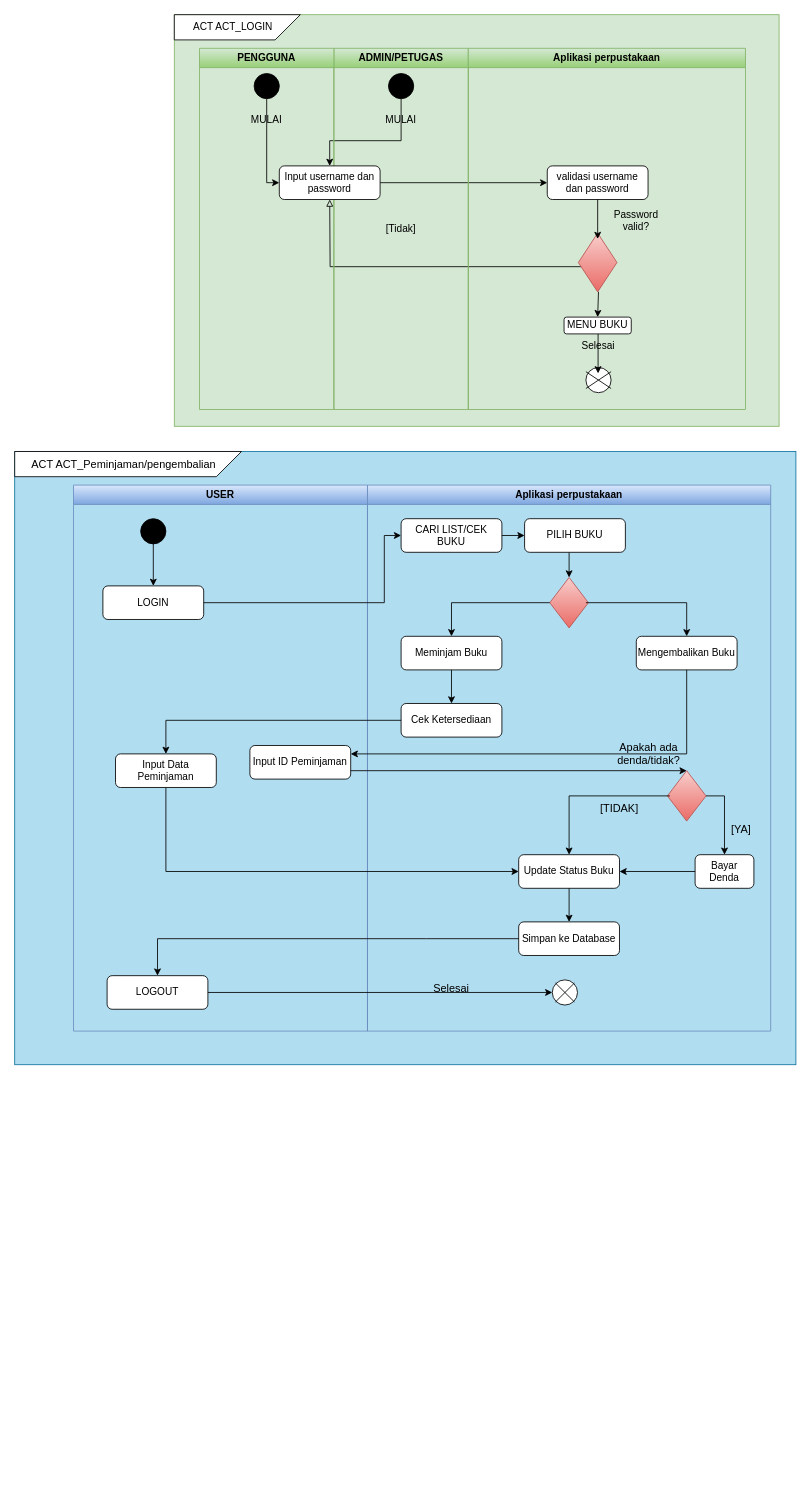
Before: page "activity" (2 of 4) of Untitled Diagram.drawio in htmledan/Shell-script-gugugaga, a draw.io diagram. Source tidied: cells renumbered, new cells numbered last; positions are measured from the earlier drawing's top-left corner, leaving out a move shared by most shapes. Both pictures are drawn from the tidied source at 84%, with x=0, y=0 at pixel (14, 14).
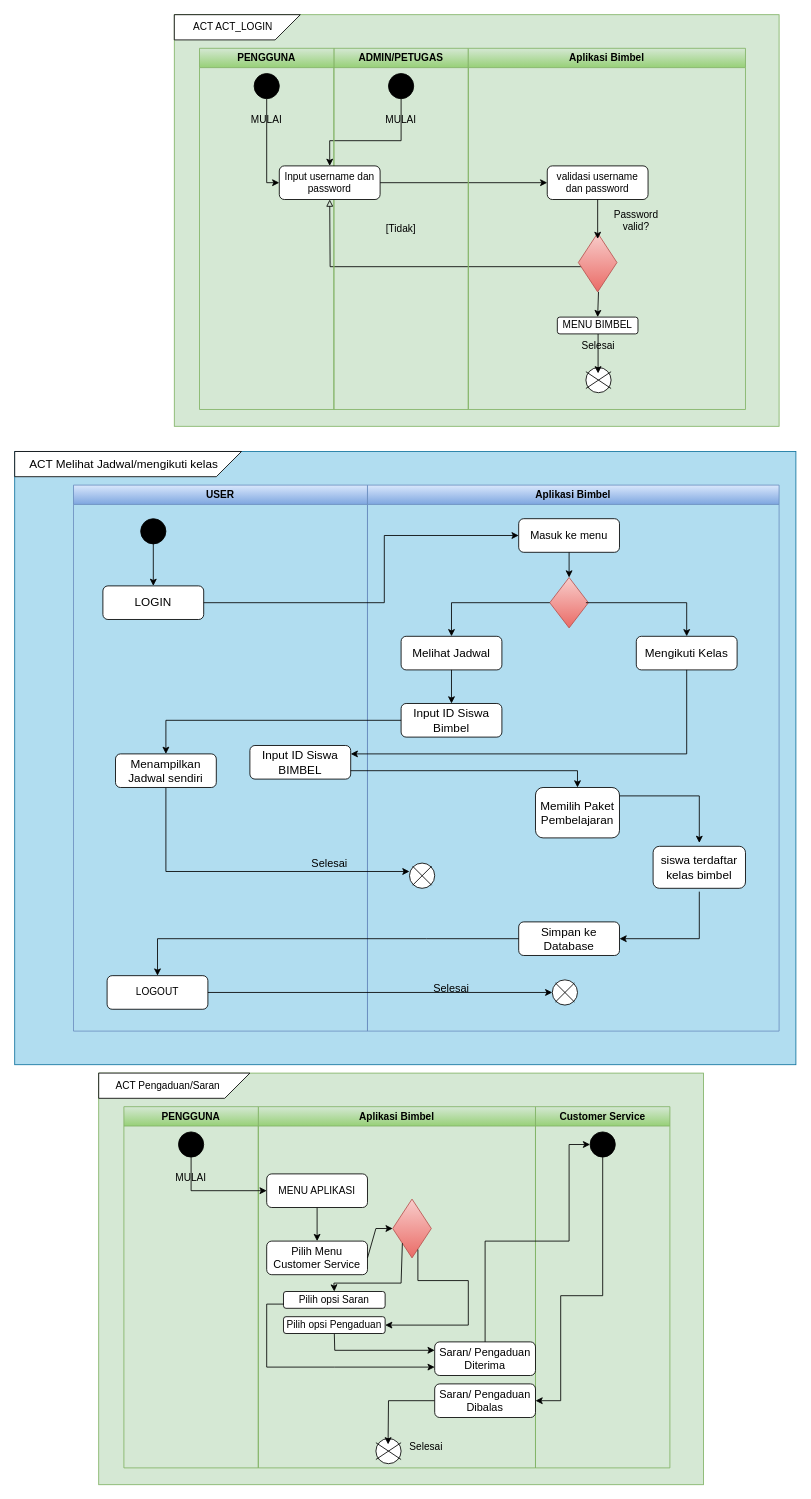
The same page after the edit.

The change refers to these unchanged cells:
```xml
<mxCell id="32" value="USER" style="swimlane;whiteSpace=wrap;html=1;fillColor=#dae8fc;gradientColor=#7ea6e0;strokeColor=#6c8ebf;" parent="1" vertex="1">
  <mxGeometry x="70" y="560" width="350" height="650" as="geometry" />
</mxCell>
```

What changed in the source:
```diff
@@
-    <mxCell id="13" value="Aplikasi perpustakaan" style="swimlane;whiteSpace=wrap;html=1;fillColor=#d5e8d4;gradientColor=#97d077;strokeColor=#82b366;" parent="1" vertex="1">
+    <mxCell id="13" value="Aplikasi Bimbel" style="swimlane;whiteSpace=wrap;html=1;fillColor=#d5e8d4;gradientColor=#97d077;strokeColor=#82b366;" parent="1" vertex="1">
       <mxGeometry x="540" y="40" width="330" height="430" as="geometry" />
     </mxCell>
@@
-    <mxCell id="21" value="MENU BUKU" style="rounded=1;whiteSpace=wrap;html=1;fontSize=12;glass=0;strokeWidth=1;shadow=0;" parent="1" vertex="1">
-      <mxGeometry x="654" y="360" width="80" height="20" as="geometry" />
+    <mxCell id="21" value="MENU BIMBEL" style="rounded=1;whiteSpace=wrap;html=1;fontSize=12;glass=0;strokeWidth=1;shadow=0;" parent="1" vertex="1">
+      <mxGeometry x="646" y="360" width="96" height="20" as="geometry" />
     </mxCell>
@@
-    <mxCell id="35" value="LOGIN" style="rounded=1;whiteSpace=wrap;html=1;fontSize=12;glass=0;strokeWidth=1;shadow=0;" parent="32" vertex="1">
+    <mxCell id="35" value="LOGIN" style="rounded=1;whiteSpace=wrap;html=1;fontSize=14;glass=0;strokeWidth=1;shadow=0;" parent="32" vertex="1">
       <mxGeometry x="35" y="120" width="120" height="40" as="geometry" />
     </mxCell>
@@
-    <mxCell id="37" value="Input ID Peminjaman" style="rounded=1;whiteSpace=wrap;html=1;fontSize=12;glass=0;strokeWidth=1;shadow=0;" parent="32" vertex="1">
+    <mxCell id="37" value="Input ID Siswa BIMBEL" style="rounded=1;whiteSpace=wrap;html=1;fontSize=14;glass=0;strokeWidth=1;shadow=0;" parent="32" vertex="1">
       <mxGeometry x="210" y="310" width="120" height="40" as="geometry" />
     </mxCell>
+    <mxCell id="76" value="Selesai" style="text;html=1;align=center;verticalAlign=middle;whiteSpace=wrap;rounded=0;fontSize=13;" parent="32" vertex="1">
+      <mxGeometry x="280" y="440" width="50" height="20" as="geometry" />
+    </mxCell>
-    <mxCell id="38" value="ACT ACT_Peminjaman/pengembalian" style="text;html=1;align=center;verticalAlign=middle;whiteSpace=wrap;rounded=0;fontSize=13;" parent="1" vertex="1">
+    <mxCell id="38" value="ACT Melihat Jadwal/mengikuti kelas" style="text;html=1;align=center;verticalAlign=middle;whiteSpace=wrap;rounded=0;fontSize=14;" parent="1" vertex="1">
       <mxGeometry x="15" y="520" width="230" height="30" as="geometry" />
     </mxCell>
-    <mxCell id="39" value="Aplikasi perpustakaan" style="swimlane;whiteSpace=wrap;html=1;fillColor=#dae8fc;strokeColor=#6c8ebf;gradientColor=#7ea6e0;" parent="1" vertex="1">
-      <mxGeometry x="420" y="560" width="480" height="650" as="geometry" />
+    <mxCell id="39" value="Aplikasi Bimbel" style="swimlane;whiteSpace=wrap;html=1;fillColor=#dae8fc;strokeColor=#6c8ebf;gradientColor=#7ea6e0;" parent="1" vertex="1">
+      <mxGeometry x="420" y="560" width="490" height="650" as="geometry" />
     </mxCell>
-    <mxCell id="40" value="Mengembalikan Buku" style="rounded=1;whiteSpace=wrap;html=1;fontSize=12;glass=0;strokeWidth=1;shadow=0;" parent="39" vertex="1">
+    <mxCell id="40" value="Mengikuti Kelas" style="rounded=1;whiteSpace=wrap;html=1;fontSize=14;glass=0;strokeWidth=1;shadow=0;" parent="39" vertex="1">
       <mxGeometry x="320" y="180" width="120" height="40" as="geometry" />
     </mxCell>
-    <mxCell id="41" value="Cek Ketersediaan" style="rounded=1;whiteSpace=wrap;html=1;fontSize=12;glass=0;strokeWidth=1;shadow=0;" parent="39" vertex="1">
+    <mxCell id="41" value="Input ID Siswa Bimbel" style="rounded=1;whiteSpace=wrap;html=1;fontSize=14;glass=0;strokeWidth=1;shadow=0;" parent="39" vertex="1">
       <mxGeometry x="40" y="260" width="120" height="40" as="geometry" />
     </mxCell>
-    <mxCell id="42" value="CARI LIST/CEK BUKU" style="rounded=1;whiteSpace=wrap;html=1;fontSize=12;glass=0;strokeWidth=1;shadow=0;" parent="39" vertex="1">
-      <mxGeometry x="40" y="40" width="120" height="40" as="geometry" />
+    <mxCell id="42" value="Masuk ke menu" style="rounded=1;whiteSpace=wrap;html=1;fontSize=13;glass=0;strokeWidth=1;shadow=0;" parent="39" vertex="1">
+      <mxGeometry x="180" y="40" width="120" height="40" as="geometry" />
     </mxCell>
@@
-    <mxCell id="45" style="rhombus;whiteSpace=wrap;html=1;fillColor=#f8cecc;gradientColor=#ea6b66;strokeColor=#b85450;" parent="39" vertex="1">
-      <mxGeometry x="357" y="340" width="46" height="60" as="geometry" />
-    </mxCell>
-    <mxCell id="46" value="Apakah ada denda/tidak?" style="text;html=1;align=center;verticalAlign=middle;whiteSpace=wrap;rounded=0;fontSize=13;" parent="39" vertex="1">
-      <mxGeometry x="290" y="300" width="90" height="40" as="geometry" />
-    </mxCell>
-    <mxCell id="47" value="Bayar Denda" style="rounded=1;whiteSpace=wrap;html=1;fontSize=12;glass=0;strokeWidth=1;shadow=0;" parent="39" vertex="1">
-      <mxGeometry x="390" y="440" width="70" height="40" as="geometry" />
+    <mxCell id="47" value="Memilih Paket Pembelajaran" style="rounded=1;whiteSpace=wrap;html=1;fontSize=14;glass=0;strokeWidth=1;shadow=0;" parent="39" vertex="1">
+      <mxGeometry x="200" y="360" width="100" height="60" as="geometry" />
     </mxCell>
-    <mxCell id="48" style="endArrow=classic;html=1;rounded=0;exitX=1;exitY=0.5;exitDx=0;exitDy=0;" parent="39" edge="1" source="45" target="47">
-      <mxGeometry relative="1" as="geometry">
-        <Array as="points">
-          <mxPoint x="425" y="370" />
-        </Array>
-      </mxGeometry>
-    </mxCell>
-    <mxCell id="49" value="[YA]" style="text;html=1;align=center;verticalAlign=middle;whiteSpace=wrap;rounded=0;fontSize=13;" parent="39" vertex="1">
-      <mxGeometry x="420" y="400" width="50" height="20" as="geometry" />
-    </mxCell>
-    <mxCell id="50" value="[TIDAK]" style="text;html=1;align=center;verticalAlign=middle;whiteSpace=wrap;rounded=0;fontSize=13;" parent="39" vertex="1">
-      <mxGeometry x="270" y="370" width="60" height="30" as="geometry" />
-    </mxCell>
-    <mxCell id="51" style="endArrow=classic;html=1;rounded=0;exitX=0.5;exitY=1;exitDx=0;exitDy=0;entryX=0.5;entryY=0;entryDx=0;entryDy=0;" parent="39" edge="1" source="74">
+    <mxCell id="51" style="endArrow=classic;html=1;rounded=0;exitX=0.5;exitY=1;exitDx=0;exitDy=0;" parent="39" edge="1" source="74">
       <mxGeometry relative="1" as="geometry">
-        <mxPoint x="180" y="460" as="targetPoint" />
+        <mxPoint x="50" y="460" as="targetPoint" />
         <Array as="points">
           <mxPoint x="-240" y="460" />
         </Array>
       </mxGeometry>
     </mxCell>
@@
-    <mxCell id="53" value="Simpan ke Database" style="rounded=1;whiteSpace=wrap;html=1;fontSize=12;glass=0;strokeWidth=1;shadow=0;" parent="39" vertex="1">
+    <mxCell id="53" value="Simpan ke Database" style="rounded=1;whiteSpace=wrap;html=1;fontSize=14;glass=0;strokeWidth=1;shadow=0;" parent="39" vertex="1">
       <mxGeometry x="180" y="520" width="120" height="40" as="geometry" />
     </mxCell>
+    <mxCell id="77" style="endArrow=classic;html=1;rounded=0;entryX=1;entryY=0.5;entryDx=0;entryDy=0;" parent="39" edge="1">
+      <mxGeometry relative="1" as="geometry">
+        <mxPoint x="300" y="370" as="sourcePoint" />
+        <mxPoint x="395" y="426" as="targetPoint" />
+        <Array as="points">
+          <mxPoint x="395" y="370" />
+        </Array>
+      </mxGeometry>
+    </mxCell>
-    <mxCell id="54" value="Meminjam Buku" style="rounded=1;whiteSpace=wrap;html=1;fontSize=12;glass=0;strokeWidth=1;shadow=0;" parent="1" vertex="1">
+    <mxCell id="54" value="Melihat Jadwal" style="rounded=1;whiteSpace=wrap;html=1;fontSize=14;glass=0;strokeWidth=1;shadow=0;" parent="1" vertex="1">
       <mxGeometry x="460" y="740" width="120" height="40" as="geometry" />
     </mxCell>
@@
-    <mxCell id="59" style="endArrow=classic;html=1;rounded=0;exitX=1;exitY=0.75;exitDx=0;exitDy=0;entryX=0.5;entryY=0;entryDx=0;entryDy=0;" parent="1" edge="1" source="37" target="45">
-      <mxGeometry relative="1" as="geometry" />
+    <mxCell id="59" style="endArrow=classic;html=1;rounded=0;exitX=1;exitY=0.75;exitDx=0;exitDy=0;entryX=0.5;entryY=0;entryDx=0;entryDy=0;" parent="1" edge="1" source="37" target="47">
+      <mxGeometry relative="1" as="geometry">
+        <Array as="points">
+          <mxPoint x="670" y="900" />
+        </Array>
+      </mxGeometry>
     </mxCell>
-    <mxCell id="60" value="Update Status Buku" style="rounded=1;whiteSpace=wrap;html=1;fontSize=12;glass=0;strokeWidth=1;shadow=0;" parent="1" vertex="1">
-      <mxGeometry x="600" y="1000" width="120" height="40" as="geometry" />
-    </mxCell>
-    <mxCell id="61" style="endArrow=classic;html=1;rounded=0;exitX=1;exitY=0.5;exitDx=0;exitDy=0;entryX=0.5;entryY=0;entryDx=0;entryDy=0;" parent="1" edge="1" target="60">
-      <mxGeometry relative="1" as="geometry">
-        <mxPoint x="780" y="930" as="sourcePoint" />
-        <Array as="points">
-          <mxPoint x="660" y="930" />
-        </Array>
-      </mxGeometry>
-    </mxCell>
-    <mxCell id="62" style="endArrow=classic;html=1;rounded=0;exitX=0;exitY=0.5;exitDx=0;exitDy=0;entryX=1;entryY=0.5;entryDx=0;entryDy=0;" parent="1" edge="1" source="47" target="60">
-      <mxGeometry relative="1" as="geometry" />
-    </mxCell>
@@
-    <mxCell id="71" value="PILIH BUKU" style="rounded=1;whiteSpace=wrap;html=1;fontSize=12;glass=0;strokeWidth=1;shadow=0;" parent="1" vertex="1">
-      <mxGeometry x="607" y="600" width="120" height="40" as="geometry" />
-    </mxCell>
-    <mxCell id="72" style="endArrow=classic;html=1;rounded=0;exitX=1;exitY=0.5;exitDx=0;exitDy=0;entryX=0;entryY=0.5;entryDx=0;entryDy=0;" parent="1" edge="1" source="42" target="71">
-      <mxGeometry relative="1" as="geometry" />
-    </mxCell>
-    <mxCell id="73" style="endArrow=classic;html=1;rounded=0;exitX=0.5;exitY=1;exitDx=0;exitDy=0;entryX=0.5;entryY=0;entryDx=0;entryDy=0;" parent="1" edge="1" source="60" target="53">
-      <mxGeometry relative="1" as="geometry" />
+    <mxCell id="73" style="endArrow=classic;html=1;rounded=0;entryX=1;entryY=0.5;entryDx=0;entryDy=0;" parent="1" edge="1" target="53">
+      <mxGeometry relative="1" as="geometry">
+        <mxPoint x="815" y="1044" as="sourcePoint" />
+        <Array as="points">
+          <mxPoint x="815" y="1100" />
+        </Array>
+      </mxGeometry>
     </mxCell>
-    <mxCell id="74" value="Input Data Peminjaman" style="rounded=1;whiteSpace=wrap;html=1;fontSize=12;glass=0;strokeWidth=1;shadow=0;" parent="1" vertex="1">
+    <mxCell id="74" value="Menampilkan Jadwal sendiri" style="rounded=1;whiteSpace=wrap;html=1;fontSize=14;glass=0;strokeWidth=1;shadow=0;" parent="1" vertex="1">
       <mxGeometry x="120" y="880" width="120" height="40" as="geometry" />
     </mxCell>
@@
+    <mxCell id="78" style="group;" parent="1" vertex="1">
+      <mxGeometry x="470" y="1010" width="30" height="30" as="geometry" />
+    </mxCell>
+    <mxCell id="79" style="ellipse;whiteSpace=wrap;html=1;" parent="78" vertex="1">
+      <mxGeometry width="30" height="30" as="geometry" />
+    </mxCell>
+    <mxCell id="80" style="group;" parent="78" vertex="1">
+      <mxGeometry x="3.8" y="3.8" width="22.5" height="22.5" as="geometry" />
+    </mxCell>
+    <mxCell id="81" style="endArrow=none;html=1;rounded=0;" parent="80" edge="1">
+      <mxGeometry relative="1" as="geometry">
+        <mxPoint y="22.5" as="sourcePoint" />
+        <mxPoint x="22.5" as="targetPoint" />
+      </mxGeometry>
+    </mxCell>
+    <mxCell id="82" style="endArrow=none;html=1;rounded=0;" parent="80" edge="1">
+      <mxGeometry relative="1" as="geometry">
+        <mxPoint as="sourcePoint" />
+        <mxPoint x="22.5" y="22.5" as="targetPoint" />
+      </mxGeometry>
+    </mxCell>
+    <mxCell id="83" value="siswa terdaftar kelas bimbel" style="rounded=1;whiteSpace=wrap;html=1;fontSize=14;glass=0;strokeWidth=1;shadow=0;" parent="1" vertex="1">
+      <mxGeometry x="760" y="990" width="110" height="50" as="geometry" />
+    </mxCell>
+    <mxCell id="84" style="rounded=0;whiteSpace=wrap;html=1;fillColor=#d5e8d4;strokeColor=#82b366;" parent="1" vertex="1">
+      <mxGeometry x="100" y="1260" width="720" height="490" as="geometry" />
+    </mxCell>
+    <mxCell id="85" style="endArrow=classic;html=1;rounded=0;entryX=0.5;entryY=0;entryDx=0;entryDy=0;exitX=0.5;exitY=1;exitDx=0;exitDy=0;" parent="1" edge="1" source="110" target="91">
+      <mxGeometry relative="1" as="geometry" />
+    </mxCell>
+    <mxCell id="86" style="shape=card;whiteSpace=wrap;html=1;direction=south;flipV=1;" parent="1" vertex="1">
+      <mxGeometry x="100" y="1260" width="180" height="30" as="geometry" />
+    </mxCell>
+    <mxCell id="87" value="Customer Service" style="swimlane;whiteSpace=wrap;html=1;startSize=23;fillColor=#d5e8d4;gradientColor=#97d077;strokeColor=#82b366;" parent="1" vertex="1">
+      <mxGeometry x="620" y="1300" width="160" height="430" as="geometry" />
+    </mxCell>
+    <mxCell id="88" style="ellipse;whiteSpace=wrap;html=1;fillColor=#000000;" parent="87" vertex="1">
+      <mxGeometry x="65" y="30" width="30" height="30" as="geometry" />
+    </mxCell>
+    <mxCell id="89" value="Aplikasi Bimbel" style="swimlane;whiteSpace=wrap;html=1;fillColor=#d5e8d4;gradientColor=#97d077;strokeColor=#82b366;" parent="1" vertex="1">
+      <mxGeometry x="290" y="1300" width="330" height="430" as="geometry" />
+    </mxCell>
+    <mxCell id="90" style="rhombus;whiteSpace=wrap;html=1;fillColor=#f8cecc;gradientColor=#ea6b66;strokeColor=#b85450;" parent="89" vertex="1">
+      <mxGeometry x="160" y="110" width="46" height="70" as="geometry" />
+    </mxCell>
+    <mxCell id="91" value="Pilih Menu Customer Service" style="rounded=1;whiteSpace=wrap;html=1;fontSize=13;glass=0;strokeWidth=1;shadow=0;" parent="89" vertex="1">
+      <mxGeometry x="10" y="160" width="120" height="40" as="geometry" />
+    </mxCell>
+    <mxCell id="92" style="endArrow=classic;html=1;rounded=0;entryX=0;entryY=0.5;entryDx=0;entryDy=0;exitX=1;exitY=0.5;exitDx=0;exitDy=0;" parent="89" edge="1" source="91" target="90">
+      <mxGeometry relative="1" as="geometry">
+        <Array as="points">
+          <mxPoint x="140" y="145" />
+        </Array>
+      </mxGeometry>
+    </mxCell>
+    <mxCell id="93" style="ellipse;whiteSpace=wrap;html=1;" parent="89" vertex="1">
+      <mxGeometry x="140" y="395" width="30" height="30" as="geometry" />
+    </mxCell>
+    <mxCell id="94" style="endArrow=classic;html=1;rounded=0;entryX=0;entryY=0.25;entryDx=0;entryDy=0;exitX=0.5;exitY=1;exitDx=0;exitDy=0;" parent="89" edge="1" source="102" target="104">
+      <mxGeometry relative="1" as="geometry">
+        <Array as="points">
+          <mxPoint x="91" y="290" />
+        </Array>
+      </mxGeometry>
+    </mxCell>
+    <mxCell id="95" style="endArrow=classic;html=1;rounded=0;entryX=0.5;entryY=0.1;entryDx=0;entryDy=0;exitX=0;exitY=0.5;exitDx=0;exitDy=0;entryPerimeter=0;" parent="89" edge="1" source="113">
+      <mxGeometry relative="1" as="geometry">
+        <mxPoint x="154.5" y="402" as="targetPoint" />
+        <Array as="points">
+          <mxPoint x="155" y="350" />
+        </Array>
+      </mxGeometry>
+    </mxCell>
+    <mxCell id="96" style="group;" parent="89" vertex="1">
+      <mxGeometry x="140" y="400" width="30" height="20" as="geometry" />
+    </mxCell>
+    <mxCell id="97" style="endArrow=none;html=1;rounded=0;" parent="96" edge="1">
+      <mxGeometry relative="1" as="geometry">
+        <mxPoint y="20" as="sourcePoint" />
+        <mxPoint x="30" as="targetPoint" />
+      </mxGeometry>
+    </mxCell>
+    <mxCell id="98" style="endArrow=none;html=1;rounded=0;" parent="96" edge="1">
+      <mxGeometry relative="1" as="geometry">
+        <mxPoint as="sourcePoint" />
+        <mxPoint x="30" y="20" as="targetPoint" />
+      </mxGeometry>
+    </mxCell>
+    <mxCell id="99" value="Selesai" style="text;html=1;align=center;verticalAlign=middle;whiteSpace=wrap;rounded=0;" parent="89" vertex="1">
+      <mxGeometry x="170" y="390" width="60" height="30" as="geometry" />
+    </mxCell>
+    <mxCell id="100" style="endArrow=classic;html=1;rounded=0;entryX=0.5;entryY=0;entryDx=0;entryDy=0;exitX=0;exitY=1;exitDx=0;exitDy=0;" parent="89" edge="1" source="90" target="101">
+      <mxGeometry relative="1" as="geometry">
+        <Array as="points">
+          <mxPoint x="170" y="210" />
+          <mxPoint x="90" y="210" />
+        </Array>
+      </mxGeometry>
+    </mxCell>
+    <mxCell id="101" value="Pilih opsi Saran" style="rounded=1;whiteSpace=wrap;html=1;fontSize=12;glass=0;strokeWidth=1;shadow=0;" parent="89" vertex="1">
+      <mxGeometry x="30" y="220" width="121" height="20" as="geometry" />
+    </mxCell>
+    <mxCell id="102" value="Pilih opsi Pengaduan" style="rounded=1;whiteSpace=wrap;html=1;fontSize=12;glass=0;strokeWidth=1;shadow=0;" parent="89" vertex="1">
+      <mxGeometry x="30" y="250" width="121" height="20" as="geometry" />
+    </mxCell>
+    <mxCell id="103" style="endArrow=classic;html=1;rounded=0;entryX=1;entryY=0.5;entryDx=0;entryDy=0;exitX=0.652;exitY=0.857;exitDx=0;exitDy=0;exitPerimeter=0;" parent="89" edge="1" source="90" target="102">
+      <mxGeometry relative="1" as="geometry">
+        <Array as="points">
+          <mxPoint x="190" y="207" />
+          <mxPoint x="250" y="207" />
+          <mxPoint x="250" y="260" />
+        </Array>
+      </mxGeometry>
+    </mxCell>
+    <mxCell id="104" value="Saran/ Pengaduan Diterima" style="rounded=1;whiteSpace=wrap;html=1;fontSize=13;glass=0;strokeWidth=1;shadow=0;" parent="89" vertex="1">
+      <mxGeometry x="210" y="280" width="120" height="40" as="geometry" />
+    </mxCell>
+    <mxCell id="105" style="endArrow=classic;html=1;rounded=0;entryX=0;entryY=0.25;entryDx=0;entryDy=0;exitX=0;exitY=0.75;exitDx=0;exitDy=0;" parent="89" edge="1" source="101">
+      <mxGeometry relative="1" as="geometry">
+        <mxPoint x="210" y="310" as="targetPoint" />
+        <Array as="points">
+          <mxPoint x="10" y="235" />
+          <mxPoint x="10" y="310" />
+          <mxPoint x="91" y="310" />
+        </Array>
+      </mxGeometry>
+    </mxCell>
+    <mxCell id="106" value="ACT Pengaduan/Saran" style="text;html=1;align=center;verticalAlign=middle;whiteSpace=wrap;rounded=0;" parent="1" vertex="1">
+      <mxGeometry x="115" y="1260" width="135" height="30" as="geometry" />
+    </mxCell>
+    <mxCell id="107" value="PENGGUNA" style="swimlane;whiteSpace=wrap;html=1;fillColor=#d5e8d4;gradientColor=#97d077;strokeColor=#82b366;" parent="1" vertex="1">
+      <mxGeometry x="130" y="1300" width="160" height="430" as="geometry" />
+    </mxCell>
+    <mxCell id="108" value="MULAI" style="text;html=1;align=center;verticalAlign=middle;whiteSpace=wrap;rounded=0;" parent="107" vertex="1">
+      <mxGeometry x="50" y="70" width="60" height="30" as="geometry" />
+    </mxCell>
+    <mxCell id="109" style="ellipse;whiteSpace=wrap;html=1;fillColor=#000000;" parent="107" vertex="1">
+      <mxGeometry x="65" y="30" width="30" height="30" as="geometry" />
+    </mxCell>
+    <mxCell id="110" value="MENU APLIKASI" style="rounded=1;whiteSpace=wrap;html=1;fontSize=12;glass=0;strokeWidth=1;shadow=0;" parent="1" vertex="1">
+      <mxGeometry x="300" y="1380" width="120" height="40" as="geometry" />
+    </mxCell>
+    <mxCell id="111" style="endArrow=classic;html=1;rounded=0;exitX=0.5;exitY=1;exitDx=0;exitDy=0;entryX=0;entryY=0.5;entryDx=0;entryDy=0;" parent="1" edge="1" source="109" target="110">
+      <mxGeometry relative="1" as="geometry">
+        <Array as="points">
+          <mxPoint x="210" y="1400" />
+        </Array>
+      </mxGeometry>
+    </mxCell>
+    <mxCell id="112" style="endArrow=classic;html=1;rounded=0;exitX=0.5;exitY=0;exitDx=0;exitDy=0;entryX=0;entryY=0.5;entryDx=0;entryDy=0;" parent="1" edge="1" source="104" target="88">
+      <mxGeometry relative="1" as="geometry">
+        <Array as="points">
+          <mxPoint x="560" y="1460" />
+          <mxPoint x="660" y="1460" />
+          <mxPoint x="660" y="1345" />
+        </Array>
+      </mxGeometry>
+    </mxCell>
+    <mxCell id="113" value="Saran/ Pengaduan Dibalas" style="rounded=1;whiteSpace=wrap;html=1;fontSize=13;glass=0;strokeWidth=1;shadow=0;" parent="1" vertex="1">
+      <mxGeometry x="500" y="1630" width="120" height="40" as="geometry" />
+    </mxCell>
+    <mxCell id="114" style="endArrow=classic;html=1;rounded=0;exitX=0.5;exitY=1;exitDx=0;exitDy=0;entryX=1;entryY=0.5;entryDx=0;entryDy=0;" parent="1" edge="1" source="88" target="113">
+      <mxGeometry relative="1" as="geometry">
+        <Array as="points">
+          <mxPoint x="700" y="1525" />
+          <mxPoint x="650" y="1525" />
+          <mxPoint x="650" y="1650" />
+        </Array>
+      </mxGeometry>
+    </mxCell>
```
